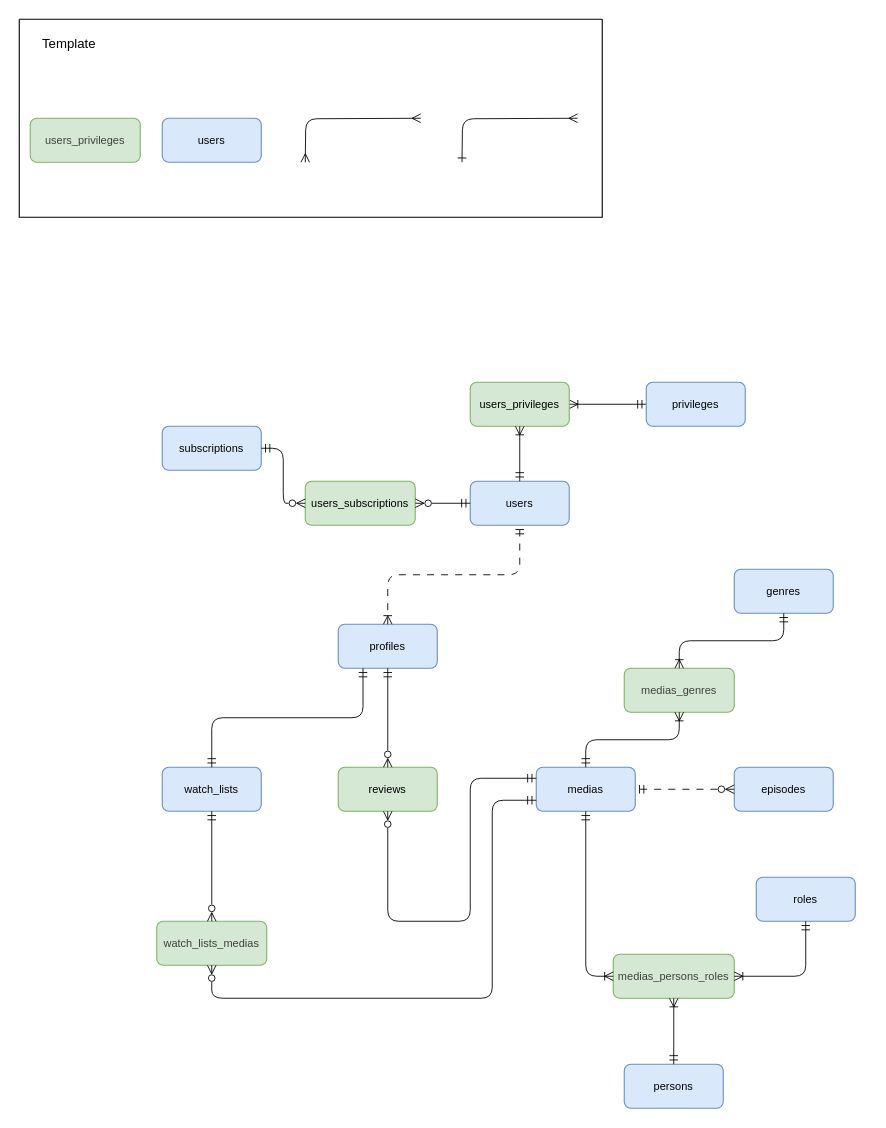
This is docs/diagrams/conceptual.drawio from Team-AB-DevOps/ab-dbd25, a draw.io file, before an edit. Source tidied: cells renumbered, new cells numbered last; positions are measured from the earlier drawing's top-left corner, leaving out a move shared by most shapes. Both pictures are drawn from the tidied source at 110%, with x=0, y=0 at pixel (19, 19).
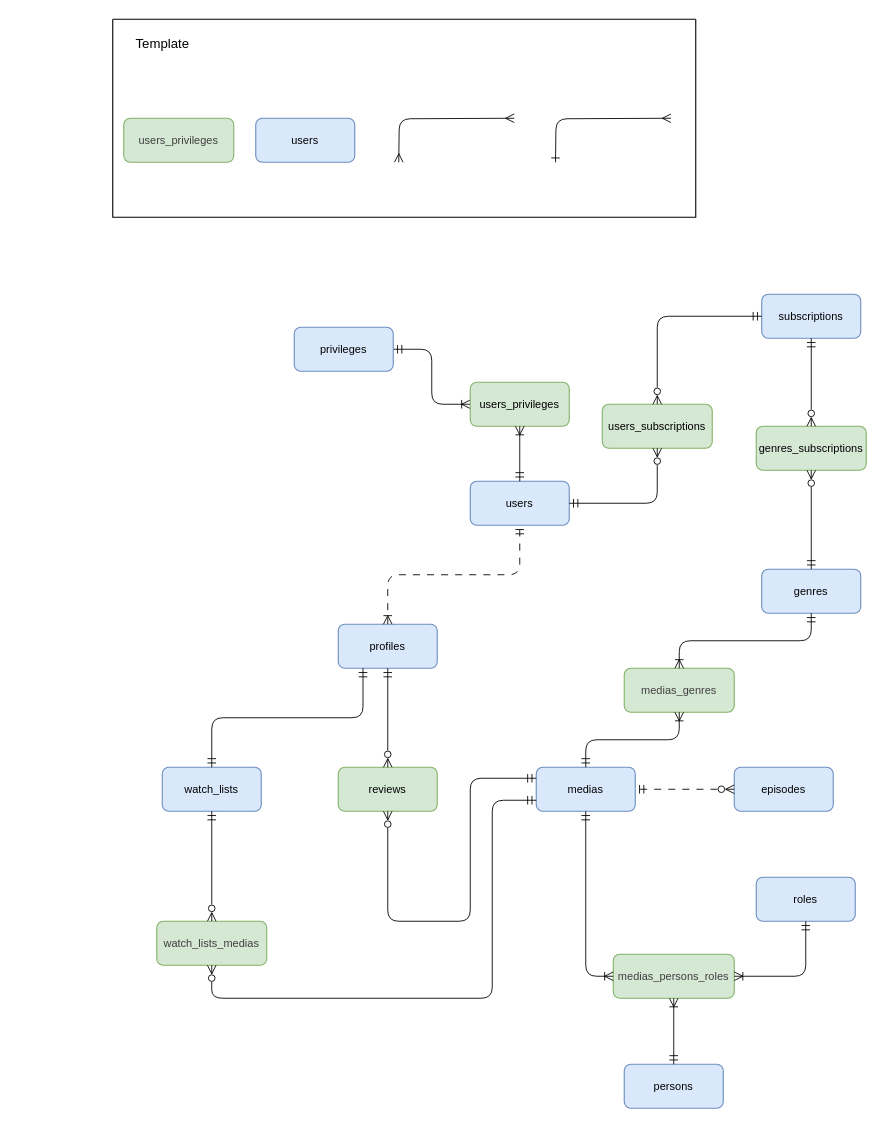
The same page after the edit.

The change refers to these unchanged cells:
```xml
<mxCell id="4" value="&lt;span style=&quot;color: rgb(0, 0, 0);&quot;&gt;&lt;font style=&quot;font-size: 10px;&quot;&gt;users_privileges&lt;/font&gt;&lt;/span&gt;" style="rounded=1;whiteSpace=wrap;html=1;fillColor=#d5e8d4;strokeColor=#82b366;" parent="1" vertex="1">
  <mxGeometry x="410" y="330" width="90" height="40" as="geometry" />
</mxCell>
<mxCell id="5" value="&lt;span style=&quot;color: rgb(0, 0, 0);&quot;&gt;&lt;font style=&quot;font-size: 10px;&quot;&gt;users&lt;/font&gt;&lt;/span&gt;" style="rounded=1;whiteSpace=wrap;html=1;fillColor=#dae8fc;strokeColor=#6c8ebf;" parent="1" vertex="1">
  <mxGeometry x="410" y="420" width="90" height="40" as="geometry" />
</mxCell>
```

What changed in the source:
```diff
@@
-    <mxCell id="2" style="edgeStyle=orthogonalEdgeStyle;html=1;endArrow=ERoneToMany;endFill=0;startArrow=ERmandOne;startFill=0;strokeWidth=0.8;entryX=1;entryY=0.5;entryDx=0;entryDy=0;" parent="1" edge="1" source="3" target="4">
+    <mxCell id="2" style="edgeStyle=orthogonalEdgeStyle;html=1;endArrow=ERoneToMany;endFill=0;startArrow=ERmandOne;startFill=0;strokeWidth=0.8;entryX=0;entryY=0.5;entryDx=0;entryDy=0;exitX=1;exitY=0.5;exitDx=0;exitDy=0;" parent="1" edge="1" source="3" target="4">
       <mxGeometry relative="1" as="geometry" />
     </mxCell>
     <mxCell id="3" value="&lt;span style=&quot;color: rgb(0, 0, 0);&quot;&gt;&lt;font style=&quot;font-size: 10px;&quot;&gt;privileges&lt;/font&gt;&lt;/span&gt;" style="rounded=1;whiteSpace=wrap;html=1;fillColor=#dae8fc;strokeColor=#6c8ebf;" parent="1" vertex="1">
-      <mxGeometry x="570" y="330" width="90" height="40" as="geometry" />
+      <mxGeometry x="250" y="280" width="90" height="40" as="geometry" />
     </mxCell>
@@
     <mxCell id="7" value="&lt;span style=&quot;color: rgb(0, 0, 0);&quot;&gt;&lt;font style=&quot;font-size: 10px;&quot;&gt;subscriptions&lt;/font&gt;&lt;/span&gt;" style="rounded=1;whiteSpace=wrap;html=1;fillColor=#dae8fc;strokeColor=#6c8ebf;" parent="1" vertex="1">
-      <mxGeometry x="130" y="370" width="90" height="40" as="geometry" />
+      <mxGeometry x="675" y="250" width="90" height="40" as="geometry" />
     </mxCell>
     <mxCell id="8" value="&lt;span style=&quot;color: rgb(0, 0, 0);&quot;&gt;&lt;font style=&quot;font-size: 10px;&quot;&gt;users_subscriptions&lt;/font&gt;&lt;/span&gt;" style="rounded=1;whiteSpace=wrap;html=1;fillColor=#d5e8d4;strokeColor=#82b366;" parent="1" vertex="1">
-      <mxGeometry x="260" y="420" width="100" height="40" as="geometry" />
+      <mxGeometry x="530" y="350" width="100" height="40" as="geometry" />
     </mxCell>
-    <mxCell id="9" style="edgeStyle=orthogonalEdgeStyle;html=1;endArrow=ERmandOne;endFill=0;startArrow=ERzeroToMany;startFill=0;strokeWidth=0.8;entryX=1;entryY=0.5;entryDx=0;entryDy=0;exitX=0;exitY=0.5;exitDx=0;exitDy=0;" parent="1" edge="1" source="8" target="7">
+    <mxCell id="9" style="edgeStyle=orthogonalEdgeStyle;html=1;endArrow=ERmandOne;endFill=0;startArrow=ERzeroToMany;startFill=0;strokeWidth=0.8;entryX=0;entryY=0.5;entryDx=0;entryDy=0;exitX=0.5;exitY=0;exitDx=0;exitDy=0;" parent="1" edge="1" source="8" target="7">
       <mxGeometry relative="1" as="geometry" />
     </mxCell>
     <mxCell id="10" value="&lt;span style=&quot;color: rgb(0, 0, 0);&quot;&gt;&lt;font style=&quot;font-size: 10px;&quot;&gt;users&lt;/font&gt;&lt;/span&gt;" style="rounded=1;whiteSpace=wrap;html=1;fillColor=#dae8fc;strokeColor=#6c8ebf;" parent="1" vertex="1">
-      <mxGeometry x="130" y="90" width="90" height="40" as="geometry" />
+      <mxGeometry x="215" y="90" width="90" height="40" as="geometry" />
     </mxCell>
-    <mxCell id="11" style="edgeStyle=orthogonalEdgeStyle;html=1;endArrow=ERzeroToMany;endFill=0;startArrow=ERmandOne;startFill=0;strokeWidth=0.8;entryX=1;entryY=0.5;entryDx=0;entryDy=0;exitX=0;exitY=0.5;exitDx=0;exitDy=0;" parent="1" edge="1" source="5" target="8">
+    <mxCell id="11" style="edgeStyle=orthogonalEdgeStyle;html=1;endArrow=ERzeroToMany;endFill=0;startArrow=ERmandOne;startFill=0;strokeWidth=0.8;entryX=0.5;entryY=1;entryDx=0;entryDy=0;exitX=1;exitY=0.5;exitDx=0;exitDy=0;" parent="1" edge="1" source="5" target="8">
       <mxGeometry relative="1" as="geometry" />
     </mxCell>
@@
     <mxCell id="17" value="&lt;span style=&quot;color: rgb(0, 0, 0);&quot;&gt;&lt;font style=&quot;font-size: 10px;&quot;&gt;genres&lt;/font&gt;&lt;/span&gt;" style="rounded=1;whiteSpace=wrap;html=1;fillColor=#dae8fc;strokeColor=#6c8ebf;" parent="1" vertex="1">
-      <mxGeometry x="650" y="500" width="90" height="40" as="geometry" />
+      <mxGeometry x="675" y="500" width="90" height="40" as="geometry" />
     </mxCell>
@@
     <mxCell id="24" value="&lt;span style=&quot;color: rgb(63, 63, 63); font-size: 10px;&quot;&gt;users_privileges&lt;/span&gt;" style="rounded=1;whiteSpace=wrap;html=1;fillColor=#d5e8d4;strokeColor=#82b366;" parent="1" vertex="1">
-      <mxGeometry x="10" y="90" width="100" height="40" as="geometry" />
+      <mxGeometry x="95" y="90" width="100" height="40" as="geometry" />
     </mxCell>
@@
     <mxCell id="36" style="swimlane;startSize=0;" parent="1" vertex="1">
-      <mxGeometry width="530" height="180" as="geometry" />
+      <mxGeometry x="85" width="530" height="180" as="geometry" />
     </mxCell>
@@
+    <mxCell id="40" value="&lt;span style=&quot;color: rgb(0, 0, 0);&quot;&gt;&lt;font style=&quot;font-size: 10px;&quot;&gt;genres_subscriptions&lt;/font&gt;&lt;/span&gt;" style="rounded=1;whiteSpace=wrap;html=1;fillColor=#d5e8d4;strokeColor=#82b366;" parent="1" vertex="1">
+      <mxGeometry x="670" y="370" width="100" height="40" as="geometry" />
+    </mxCell>
+    <mxCell id="41" style="edgeStyle=orthogonalEdgeStyle;html=1;endArrow=ERzeroToMany;endFill=0;startArrow=ERmandOne;startFill=0;strokeWidth=0.8;entryX=0.5;entryY=0;entryDx=0;entryDy=0;exitX=0.5;exitY=1;exitDx=0;exitDy=0;" parent="1" edge="1" source="7" target="40">
+      <mxGeometry relative="1" as="geometry" />
+    </mxCell>
+    <mxCell id="42" style="edgeStyle=orthogonalEdgeStyle;html=1;endArrow=ERzeroToMany;endFill=0;startArrow=ERmandOne;startFill=0;strokeWidth=0.8;entryX=0.5;entryY=1;entryDx=0;entryDy=0;exitX=0.5;exitY=0;exitDx=0;exitDy=0;" parent="1" edge="1" source="17" target="40">
+      <mxGeometry relative="1" as="geometry" />
+    </mxCell>
```
